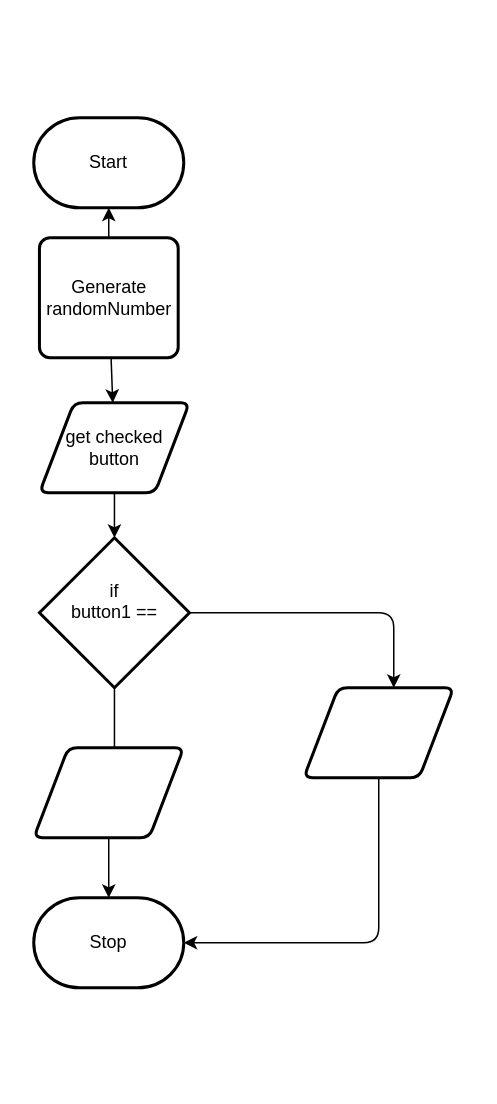
Above: design/flow-chart.drawio in Liya-Getachew/ICS2O-Unit5-02-JS (draw.io), before the change. Source tidied: cells renumbered, new cells numbered last; positions are measured from the earlier drawing's top-left corner, leaving out a move shared by most shapes. Both pictures are drawn from the tidied source at 150%, with x=0, y=0 at pixel (33, 117).
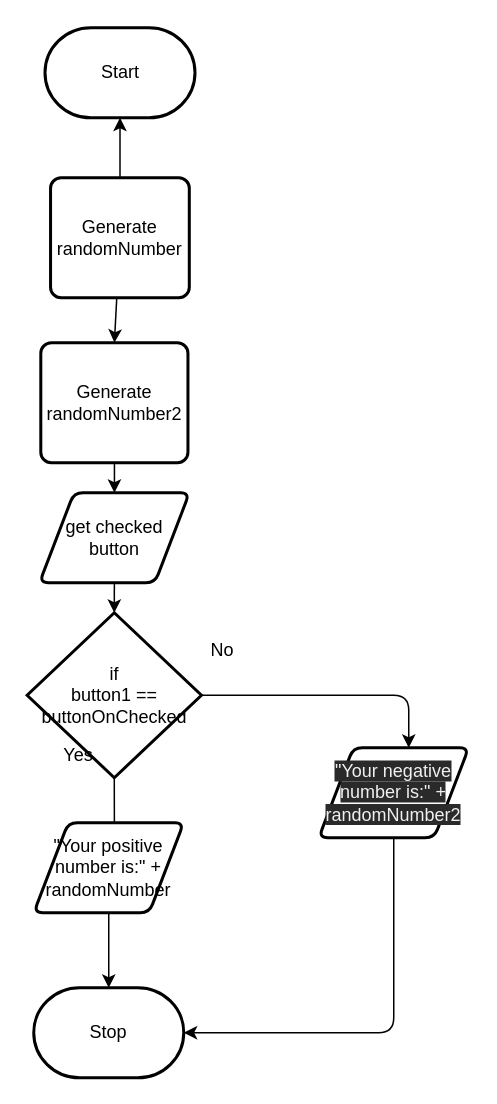
After the change.

Commit message:
finished chart

What changed in the source:
```diff
@@
     <mxCell id="2" value="Start" style="strokeWidth=2;html=1;shape=mxgraph.flowchart.terminator;whiteSpace=wrap;" parent="1" vertex="1">
-      <mxGeometry width="100" height="60" as="geometry" />
+      <mxGeometry x="7.5" y="-60" width="100" height="60" as="geometry" />
     </mxCell>
@@
     <mxCell id="4" value="get checked&lt;br&gt;button" style="shape=parallelogram;html=1;strokeWidth=2;perimeter=parallelogramPerimeter;whiteSpace=wrap;rounded=1;arcSize=12;size=0.23;" parent="1" vertex="1">
-      <mxGeometry x="3.8" y="190" width="100" height="60" as="geometry" />
+      <mxGeometry x="3.8" y="250" width="100" height="60" as="geometry" />
     </mxCell>
     <mxCell id="5" value="Stop" style="strokeWidth=2;html=1;shape=mxgraph.flowchart.terminator;whiteSpace=wrap;" parent="1" vertex="1">
-      <mxGeometry y="520" width="100" height="60" as="geometry" />
+      <mxGeometry y="580" width="100" height="60" as="geometry" />
     </mxCell>
@@
-    <mxCell id="7" style="edgeStyle=none;html=1;" parent="1" edge="1" source="8" target="4">
-      <mxGeometry relative="1" as="geometry" />
-    </mxCell>
+    <mxCell id="16" style="edgeStyle=none;html=1;entryX=0.5;entryY=0;entryDx=0;entryDy=0;" parent="1" edge="1" source="8" target="20">
+      <mxGeometry relative="1" as="geometry" />
+    </mxCell>
     <mxCell id="8" value="Generate&lt;br&gt;randomNumber" style="rounded=1;whiteSpace=wrap;html=1;absoluteArcSize=1;arcSize=14;strokeWidth=2;" parent="1" vertex="1">
-      <mxGeometry x="3.8" y="80" width="92.5" height="80" as="geometry" />
+      <mxGeometry x="11.2" y="40" width="92.5" height="80" as="geometry" />
     </mxCell>
@@
-    <mxCell id="11" value="if&lt;br&gt;button1 ==&lt;br&gt;&lt;br&gt;" style="strokeWidth=2;html=1;shape=mxgraph.flowchart.decision;whiteSpace=wrap;" parent="1" vertex="1">
-      <mxGeometry x="3.8" y="280" width="100" height="100" as="geometry" />
+    <mxCell id="11" value="if&lt;br&gt;button1 ==&lt;br&gt;buttonOnChecked&lt;br&gt;" style="strokeWidth=2;html=1;shape=mxgraph.flowchart.decision;whiteSpace=wrap;" parent="1" vertex="1">
+      <mxGeometry x="-4.4" y="330" width="116.2" height="110" as="geometry" />
     </mxCell>
     <mxCell id="12" style="edgeStyle=elbowEdgeStyle;html=1;entryX=1;entryY=0.5;entryDx=0;entryDy=0;entryPerimeter=0;elbow=vertical;" parent="1" edge="1" source="13" target="5">
       <mxGeometry relative="1" as="geometry">
         <Array as="points">
+          <mxPoint x="240" y="610" />
           <mxPoint x="150" y="550" />
         </Array>
       </mxGeometry>
     </mxCell>
-    <mxCell id="13" style="shape=parallelogram;html=1;strokeWidth=2;perimeter=parallelogramPerimeter;whiteSpace=wrap;rounded=1;arcSize=12;size=0.23;" parent="1" vertex="1">
-      <mxGeometry x="180" y="380" width="100" height="60" as="geometry" />
+    <mxCell id="13" value="&lt;span style=&quot;color: rgb(240 , 240 , 240) ; font-family: &amp;#34;helvetica&amp;#34; ; font-size: 12px ; font-style: normal ; font-weight: 400 ; letter-spacing: normal ; text-align: center ; text-indent: 0px ; text-transform: none ; word-spacing: 0px ; background-color: rgb(42 , 42 , 42) ; display: inline ; float: none&quot;&gt;&quot;Your negative number is:&quot; + randomNumber2&lt;/span&gt;" style="shape=parallelogram;html=1;strokeWidth=2;perimeter=parallelogramPerimeter;whiteSpace=wrap;rounded=1;arcSize=12;size=0.23;" parent="1" vertex="1">
+      <mxGeometry x="190" y="420" width="100" height="60" as="geometry" />
     </mxCell>
@@
-    <mxCell id="15" style="shape=parallelogram;html=1;strokeWidth=2;perimeter=parallelogramPerimeter;whiteSpace=wrap;rounded=1;arcSize=12;size=0.23;" parent="1" vertex="1">
-      <mxGeometry y="420" width="100" height="60" as="geometry" />
+    <mxCell id="15" value="&quot;Your positive number is:&quot; + randomNumber" style="shape=parallelogram;html=1;strokeWidth=2;perimeter=parallelogramPerimeter;whiteSpace=wrap;rounded=1;arcSize=12;size=0.23;" parent="1" vertex="1">
+      <mxGeometry y="470" width="100" height="60" as="geometry" />
     </mxCell>
+    <mxCell id="17" value="Yes" style="text;html=1;strokeColor=none;fillColor=none;align=center;verticalAlign=middle;whiteSpace=wrap;rounded=0;" parent="1" vertex="1">
+      <mxGeometry y="410" width="60" height="30" as="geometry" />
+    </mxCell>
+    <mxCell id="18" value="No" style="text;html=1;strokeColor=none;fillColor=none;align=center;verticalAlign=middle;whiteSpace=wrap;rounded=0;" parent="1" vertex="1">
+      <mxGeometry x="96.2" y="340" width="60" height="30" as="geometry" />
+    </mxCell>
+    <mxCell id="19" style="edgeStyle=none;html=1;entryX=0.5;entryY=0;entryDx=0;entryDy=0;" parent="1" edge="1" source="20" target="4">
+      <mxGeometry relative="1" as="geometry" />
+    </mxCell>
+    <mxCell id="20" value="Generate&lt;br&gt;randomNumber2" style="rounded=1;whiteSpace=wrap;html=1;absoluteArcSize=1;arcSize=14;strokeWidth=2;" parent="1" vertex="1">
+      <mxGeometry x="4.7" y="150" width="98.1" height="80" as="geometry" />
+    </mxCell>
```
